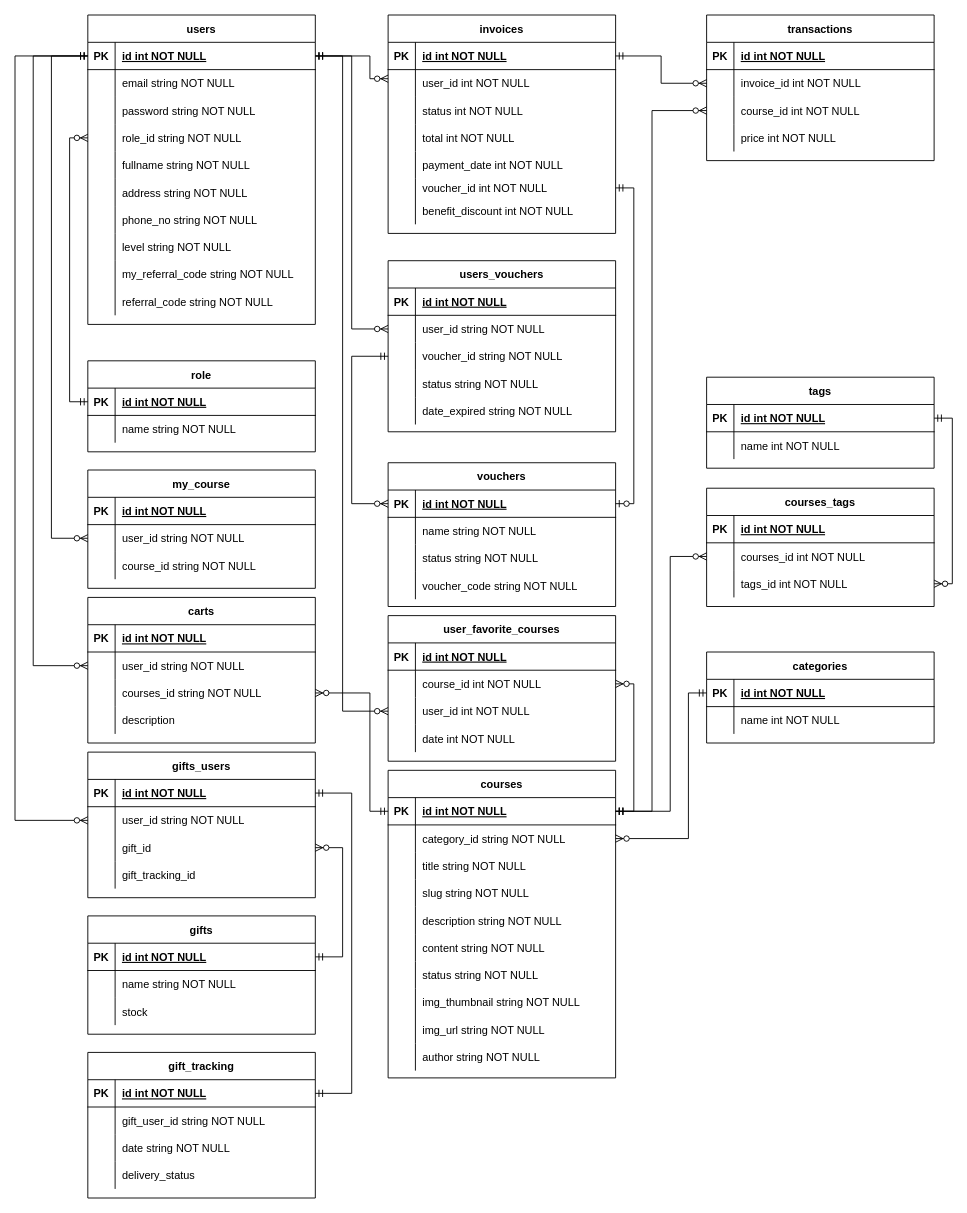
This is page "ERD" (1 of 2) of online-learning.drawio from azmiadhani/diagramsnet, a draw.io file, before an edit. Source tidied: cells renumbered, new cells numbered last; positions are measured from the earlier drawing's top-left corner, leaving out a move shared by most shapes. Both pictures are drawn from the tidied source at 91%, with x=0, y=0 at pixel (-258, 15).
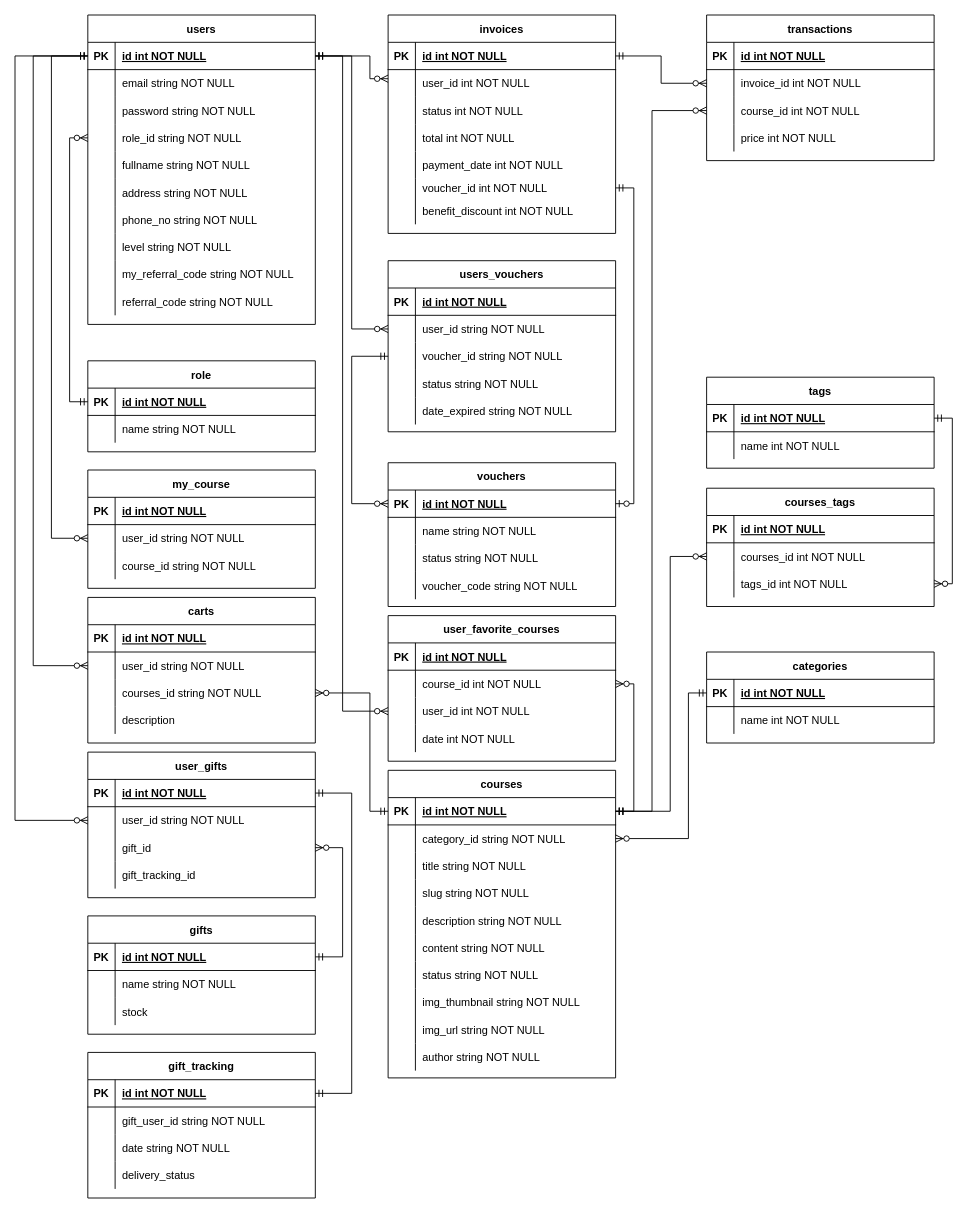
The same page after the edit.

The edit, as a diff of the source:
```diff
@@
-    <mxCell id="168" value="gifts_users" style="shape=table;startSize=30;childLayout=tableLayout;rowLines=0;fontStyle=1;align=center;" parent="1" vertex="1">
+    <mxCell id="168" value="user_gifts" style="shape=table;startSize=30;childLayout=tableLayout;rowLines=0;fontStyle=1;align=center;" parent="1" vertex="1">
       <mxGeometry x="380" y="810" width="250" height="160" as="geometry" />
     </mxCell>
```
